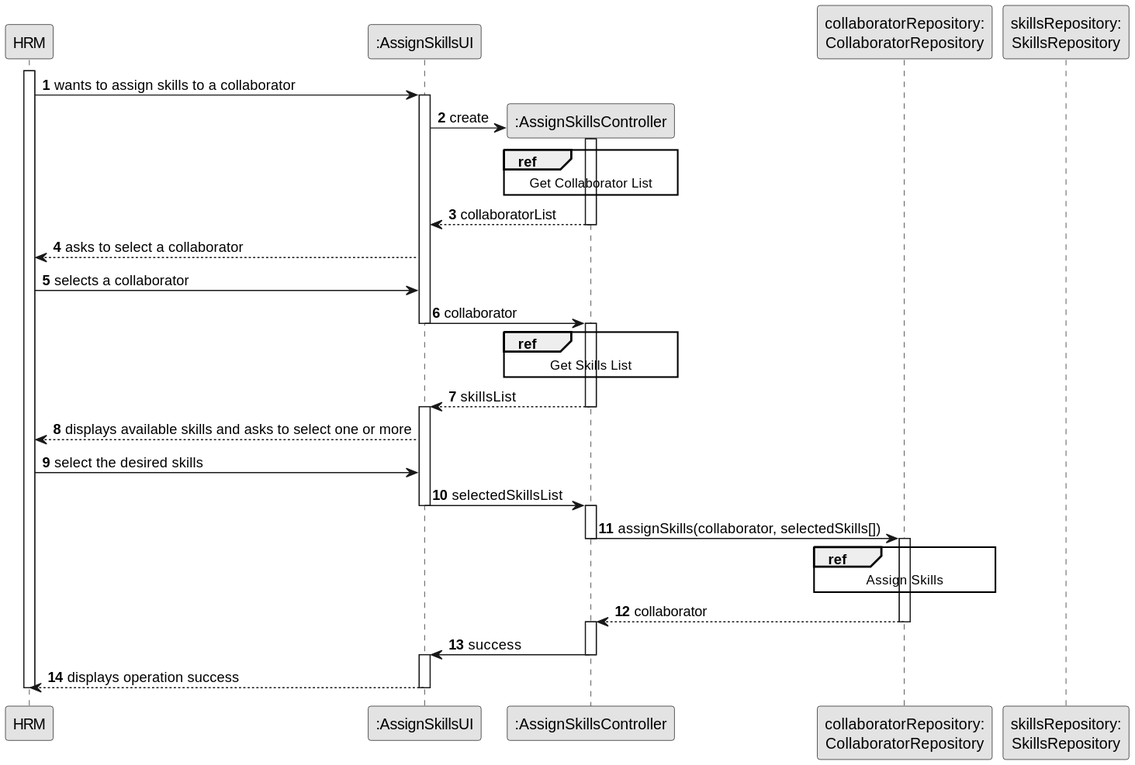
The PlantUML diagram docs/sprintB/us004/03.design/svg/us004-sequence-diagram-split.svg in ricardomm7/leaflink, before a commit.
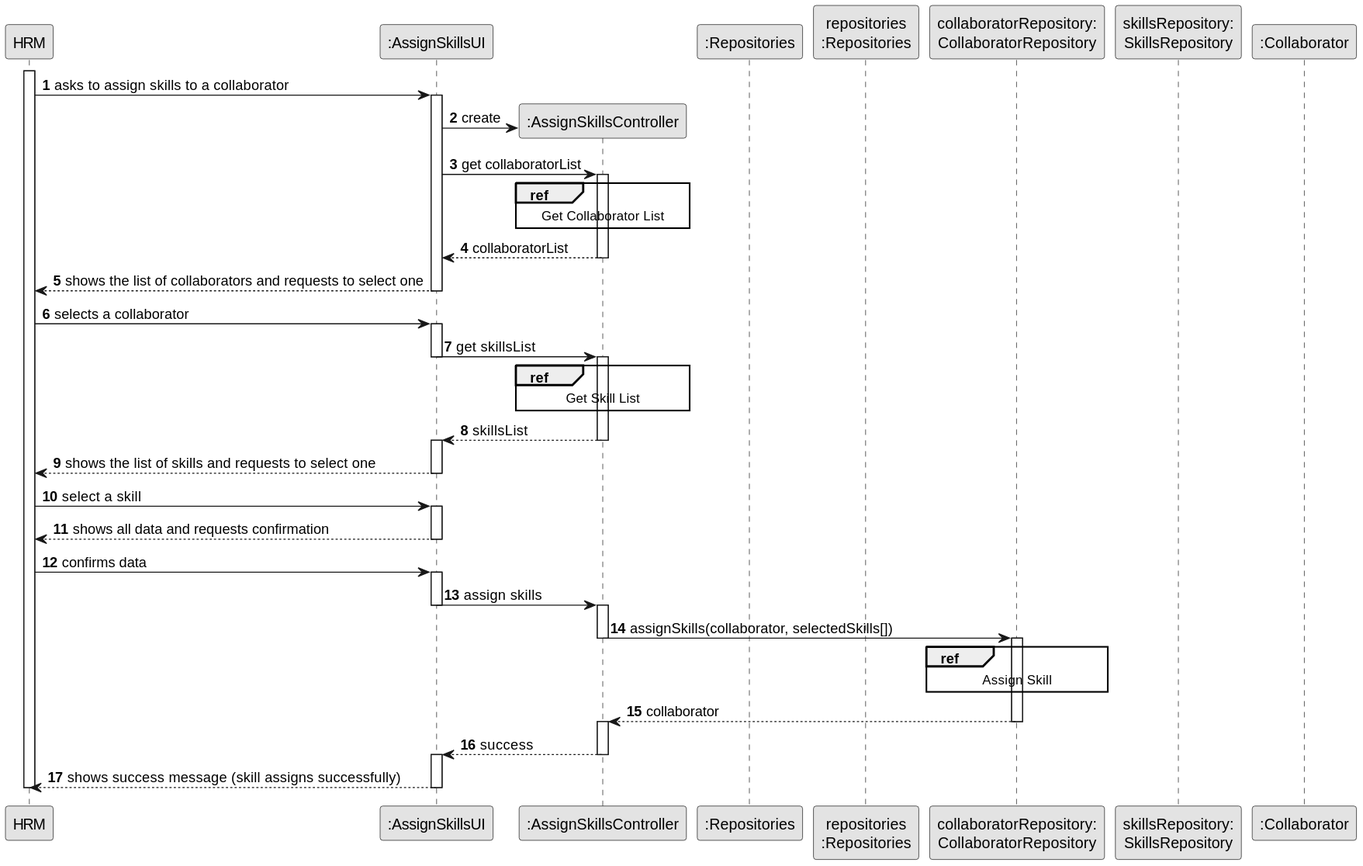
The same file after the commit.

Diff of the diagram source:
```diff
@@ -8,65 +8,81 @@
 participant "HRM" as HRM
 participant ":AssignSkillsUI" as UI
 participant ":AssignSkillsController" as CTRL
+participant ":Repositories" as GlobRepo
+participant "repositories\n:Repositories" as PLAT
 participant "collaboratorRepository:\nCollaboratorRepository" as CLBREP
 participant "skillsRepository:\nSkillsRepository" as skillsRepository
+participant ":Collaborator" as CLB
 
 
 activate HRM
-
-HRM -> UI : wants to assign skills to a collaborator
+HRM -> UI : asks to assign skills to a collaborator
 activate UI
-
 UI -> CTRL** : create
 
+UI -> CTRL: get collaboratorList
+activate CTRL
 
-activate CTRL
 ref over CTRL
 Get Collaborator List
 end ref
 
-
 CTRL --> UI : collaboratorList
 deactivate CTRL
-
-UI --> HRM : asks to select a collaborator
+UI --> HRM : shows the list of collaborators and requests to select one
+deactivate UI
 
 HRM -> UI : selects a collaborator
+activate UI
 
-UI -> CTRL : collaborator
+UI -> CTRL : get skillsList
 deactivate UI
 activate CTRL
 
+ref over CTRL
+Get Skill List
+end ref
 
-ref over CTRL
-Get Skills List
-end ref
+
 
 CTRL --> UI : skillsList
 deactivate CTRL
 activate UI
 
-UI --> HRM : displays available skills and asks to select one or more
+UI --> HRM : shows the list of skills and requests to select one
+deactivate UI
 
-HRM -> UI : select the desired skills
-UI -> CTRL : selectedSkillsList
+HRM -> UI : select a skill
+activate UI
+
+UI --> HRM: shows all data and requests confirmation
+deactivate UI
+
+HRM -> UI: confirms data
+activate UI
+
+UI -> CTRL : assign skills
 deactivate UI
 activate CTRL
 
 
 CTRL -> CLBREP : assignSkills(collaborator, selectedSkills[])
 deactivate CTRL
+
 activate CLBREP
+
 ref over CLBREP
-Assign Skills
+Assign Skill
 end ref
+
+
 CLBREP --> CTRL : collaborator
 deactivate CLBREP
 activate CTRL
-CTRL -> UI : success
+CTRL --> UI : success
 deactivate CTRL
 activate UI
-UI --> HRM : displays operation success
+UI --> HRM : shows success message (skill assigns successfully)
 deactivate UI
 deactivate HRM
 @enduml
```
